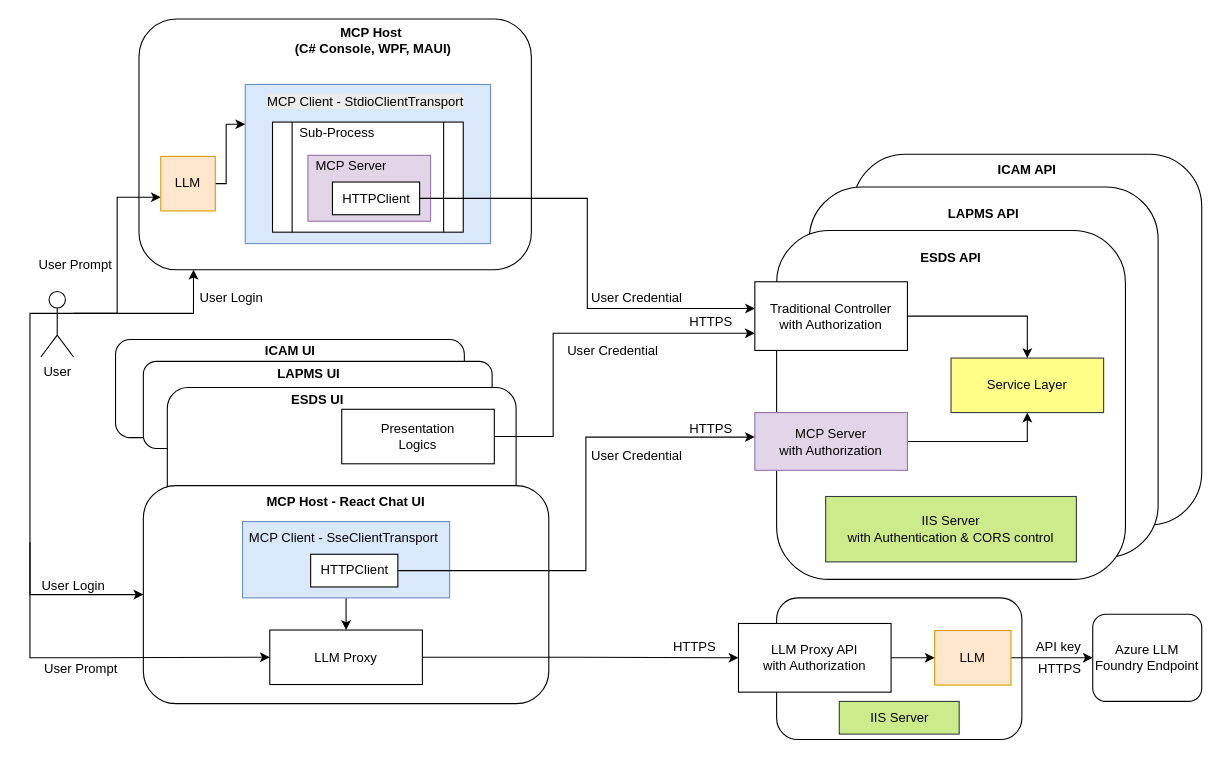
The draw.io diagram images/mcp.drawio in leungkimming/MPCAuthen, before the edit. Source tidied: cells renumbered, new cells numbered last; positions are measured from the earlier drawing's top-left corner, leaving out a move shared by most shapes. Both pictures are drawn from the tidied source at 109%, with x=0, y=0 at pixel (19, 19).
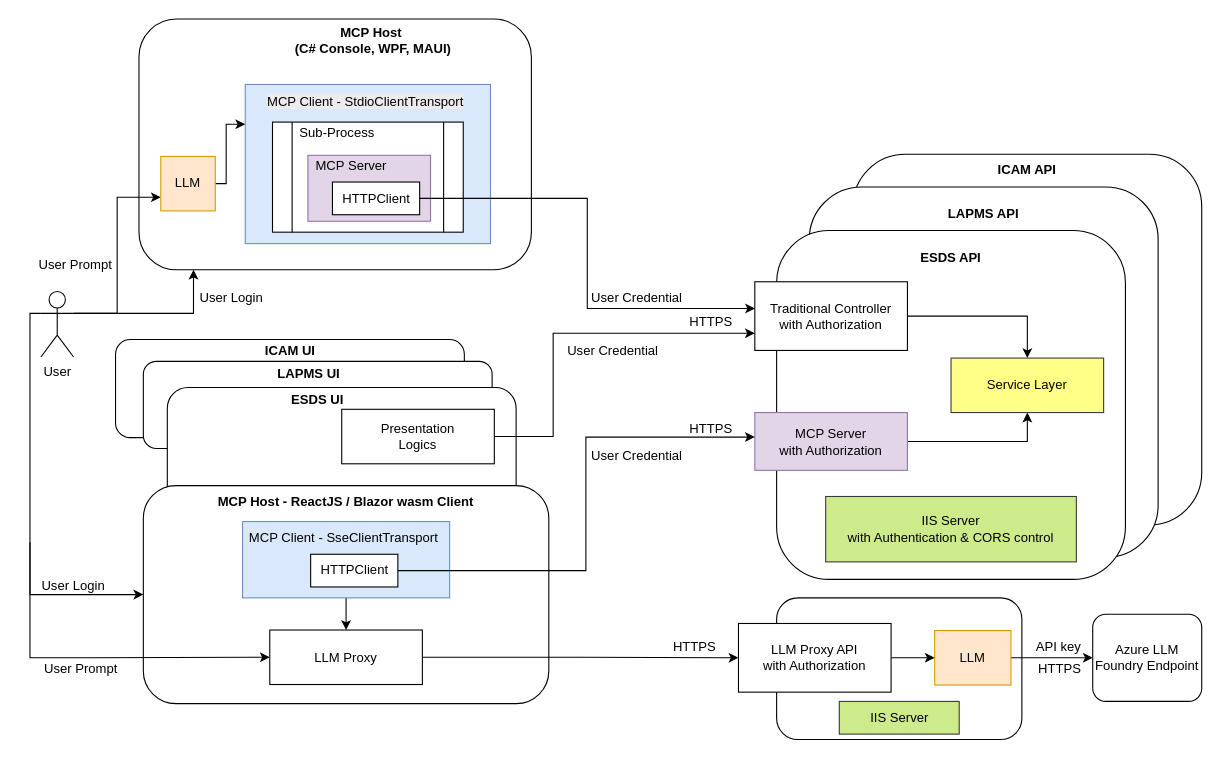
The same diagram, later.

Diff of the diagram source:
```diff
@@
-    <mxCell id="51" value="MCP Host - React Chat UI" style="text;html=1;align=center;verticalAlign=middle;whiteSpace=wrap;rounded=0;fontStyle=1;" parent="1" vertex="1">
-      <mxGeometry x="225" y="428" width="150" height="30" as="geometry" />
+    <mxCell id="51" value="MCP Host - ReactJS / Blazor wasm Client" style="text;html=1;align=center;verticalAlign=middle;whiteSpace=wrap;rounded=0;fontStyle=1;" parent="1" vertex="1">
+      <mxGeometry x="140" y="428" width="320" height="30" as="geometry" />
     </mxCell>
```
